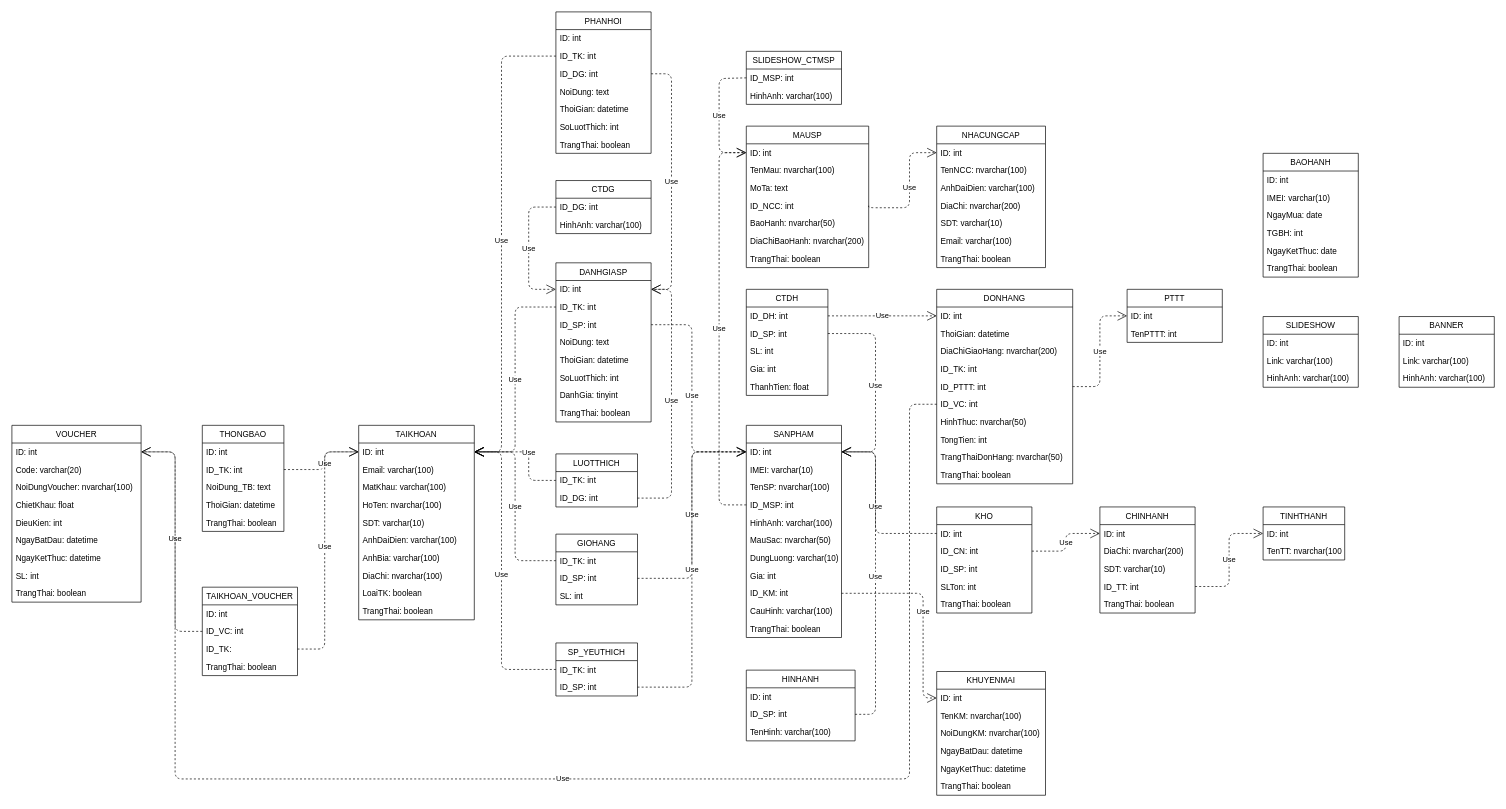
Before: Mô hình/ClassDiagram_CSDL.drawio in LammVuu/DATT, a draw.io diagram. Source tidied: cells renumbered, new cells numbered last; positions are measured from the earlier drawing's top-left corner, leaving out a move shared by most shapes. Both pictures are drawn from the tidied source at 68%, with x=0, y=0 at pixel (12, 12).
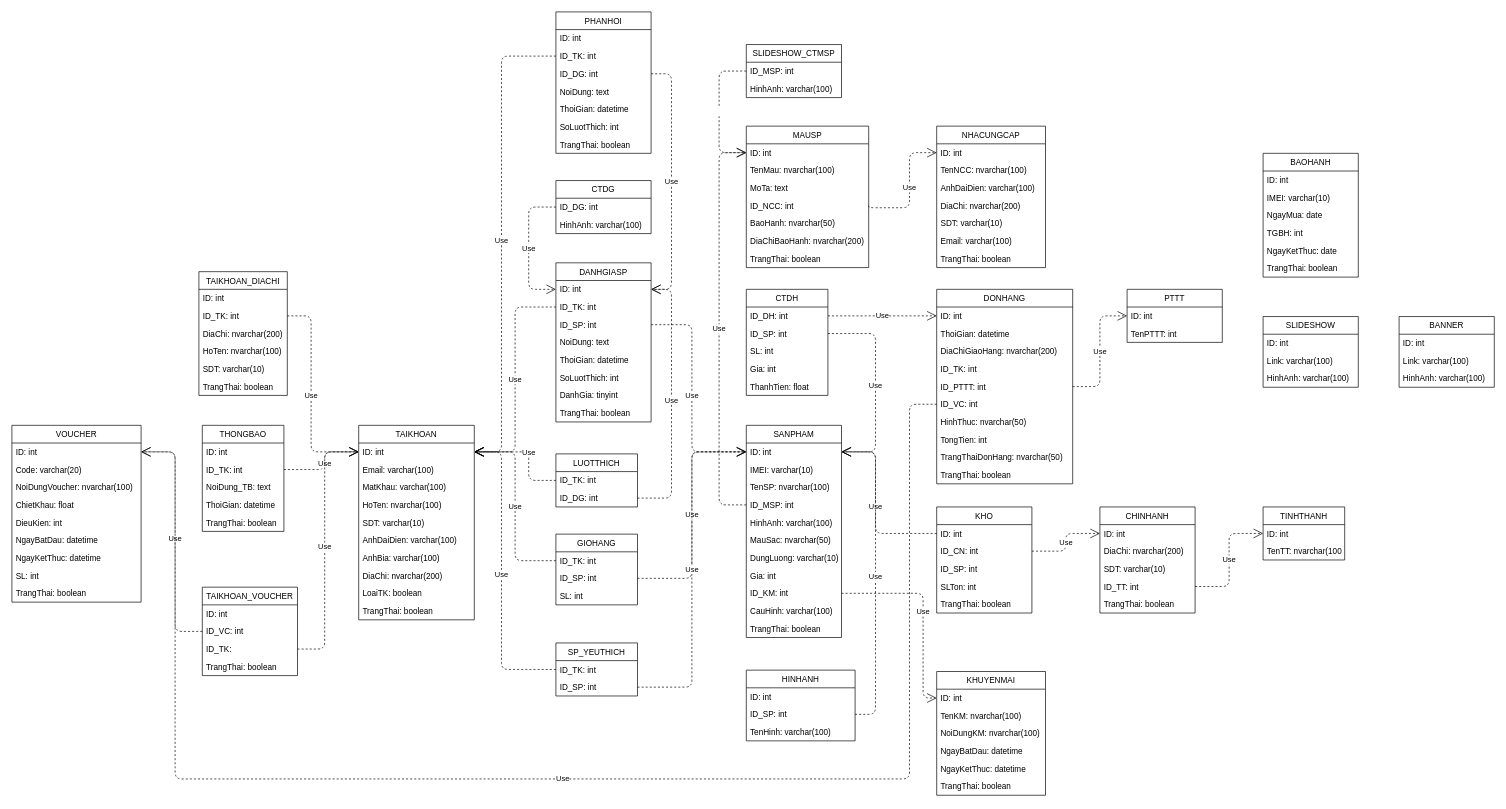
Above is the later version.

The change refers to these unchanged cells:
```xml
<mxCell id="11" value="ID: int" style="text;strokeColor=none;fillColor=none;align=left;verticalAlign=top;spacingLeft=4;spacingRight=4;overflow=hidden;points=[[0,0.5],[1,0.5]];portConstraint=eastwest;" parent="10" vertex="1">
  <mxGeometry y="26" width="180" height="26" as="geometry" />
</mxCell>
<mxCell id="57" value="TAIKHOAN" style="swimlane;fontStyle=0;horizontal=1;startSize=26;fillColor=none;" parent="1" vertex="1">
  <mxGeometry x="510" y="608" width="170" height="286" as="geometry" />
</mxCell>
<mxCell id="58" value="ID: int" style="text;strokeColor=none;fillColor=none;align=left;verticalAlign=top;spacingLeft=4;spacingRight=4;overflow=hidden;points=[[0,0.5],[1,0.5]];portConstraint=eastwest;" parent="57" vertex="1">
  <mxGeometry y="26" width="170" height="26" as="geometry" />
</mxCell>
<mxCell id="179" value="ID_MSP: int" style="text;strokeColor=none;fillColor=none;align=left;verticalAlign=top;spacingLeft=4;spacingRight=4;overflow=hidden;points=[[0,0.5],[1,0.5]];portConstraint=eastwest;" parent="178" vertex="1">
  <mxGeometry y="26" width="140" height="26" as="geometry" />
</mxCell>
```

What changed in the source:
```diff
@@
-    <mxCell id="65" value="DiaChi: nvarchar(100)" style="text;strokeColor=none;fillColor=none;align=left;verticalAlign=top;spacingLeft=4;spacingRight=4;overflow=hidden;" parent="57" vertex="1">
+    <mxCell id="65" value="DiaChi: nvarchar(200)" style="text;strokeColor=none;fillColor=none;align=left;verticalAlign=top;spacingLeft=4;spacingRight=4;overflow=hidden;" parent="57" vertex="1">
       <mxGeometry y="208" width="170" height="26" as="geometry" />
     </mxCell>
@@
     <mxCell id="178" value="SLIDESHOW_CTMSP" style="swimlane;fontStyle=0;horizontal=1;startSize=26;fillColor=none;" parent="1" vertex="1">
-      <mxGeometry x="1080" y="58" width="140" height="78" as="geometry" />
+      <mxGeometry x="1080" y="48" width="140" height="78" as="geometry" />
     </mxCell>
@@
-    <mxCell id="181" value="Use" style="endArrow=open;endSize=12;dashed=1;html=1;entryX=0;entryY=0.5;entryDx=0;entryDy=0;exitX=0;exitY=0.5;exitDx=0;exitDy=0;edgeStyle=orthogonalEdgeStyle;" parent="1" edge="1" source="179" target="11">
+    <mxCell id="181" value="&amp;nbsp;" style="endArrow=open;endSize=12;dashed=1;html=1;entryX=0;entryY=0.5;entryDx=0;entryDy=0;exitX=0;exitY=0.5;exitDx=0;exitDy=0;edgeStyle=orthogonalEdgeStyle;" parent="1" edge="1" source="179" target="11">
       <mxGeometry relative="1" as="geometry">
         <Array as="points">
-          <mxPoint x="1080" y="98" />
-          <mxPoint x="1040" y="98" />
+          <mxPoint x="1040" y="87" />
           <mxPoint x="1040" y="207" />
         </Array>
       </mxGeometry>
     </mxCell>
+    <mxCell id="182" value="TAIKHOAN_DIACHI" style="swimlane;fontStyle=0;horizontal=1;startSize=26;fillColor=none;" parent="1" vertex="1">
+      <mxGeometry x="275" y="382" width="130" height="182" as="geometry" />
+    </mxCell>
+    <mxCell id="183" value="ID: int" style="text;strokeColor=none;fillColor=none;align=left;verticalAlign=top;spacingLeft=4;spacingRight=4;overflow=hidden;" parent="182" vertex="1">
+      <mxGeometry y="26" width="130" height="26" as="geometry" />
+    </mxCell>
+    <mxCell id="184" value="ID_TK: int" style="text;strokeColor=none;fillColor=none;align=left;verticalAlign=top;spacingLeft=4;spacingRight=4;overflow=hidden;points=[[0,0.5],[1,0.5]];portConstraint=eastwest;" parent="182" vertex="1">
+      <mxGeometry y="52" width="130" height="26" as="geometry" />
+    </mxCell>
+    <mxCell id="185" value="DiaChi: nvarchar(200)" style="text;strokeColor=none;fillColor=none;align=left;verticalAlign=top;spacingLeft=4;spacingRight=4;overflow=hidden;" parent="182" vertex="1">
+      <mxGeometry y="78" width="130" height="26" as="geometry" />
+    </mxCell>
+    <mxCell id="186" value="HoTen: nvarchar(100)" style="text;strokeColor=none;fillColor=none;align=left;verticalAlign=top;spacingLeft=4;spacingRight=4;overflow=hidden;" parent="182" vertex="1">
+      <mxGeometry y="104" width="130" height="26" as="geometry" />
+    </mxCell>
+    <mxCell id="187" value="SDT: varchar(10)" style="text;strokeColor=none;fillColor=none;align=left;verticalAlign=top;spacingLeft=4;spacingRight=4;overflow=hidden;" parent="182" vertex="1">
+      <mxGeometry y="130" width="130" height="26" as="geometry" />
+    </mxCell>
+    <mxCell id="188" value="TrangThai: boolean" style="text;strokeColor=none;fillColor=none;align=left;verticalAlign=top;spacingLeft=4;spacingRight=4;overflow=hidden;" parent="182" vertex="1">
+      <mxGeometry y="156" width="130" height="26" as="geometry" />
+    </mxCell>
+    <mxCell id="189" value="Use" style="endArrow=open;endSize=12;dashed=1;html=1;entryX=0;entryY=0.5;entryDx=0;entryDy=0;exitX=1;exitY=0.5;exitDx=0;exitDy=0;edgeStyle=orthogonalEdgeStyle;" parent="1" edge="1" source="184" target="58">
+      <mxGeometry relative="1" as="geometry">
+        <Array as="points">
+          <mxPoint x="440" y="447" />
+          <mxPoint x="440" y="647" />
+        </Array>
+      </mxGeometry>
+    </mxCell>
```
